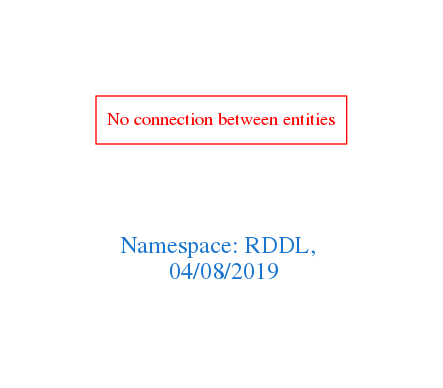
Above: downloads/RDDL.png in arago/OGIT (Graphviz), before the change. Its source is kept beside it as downloads/RDDL.dot.
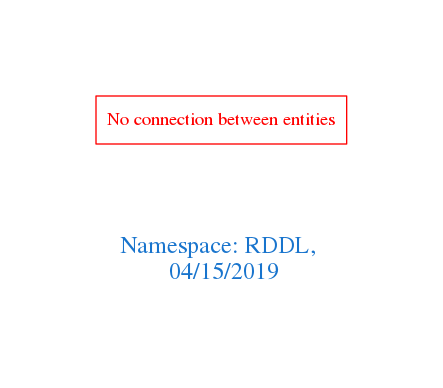
The same file after the commit.

Change to the diagram source:
```diff
@@ -1,7 +1,7 @@
 digraph OGIT_ontology {
  graph [ rankdir= LR,pad=1
 fontsize = 18,
-fontcolor= dodgerblue3,label = "\n\n\nNamespace: RDDL, \n 04/08/2019"];
+fontcolor= dodgerblue3,label = "\n\n\nNamespace: RDDL, \n 04/15/2019"];
 node[shape=polygon];
 edge [  color="gray81"];
 
```
